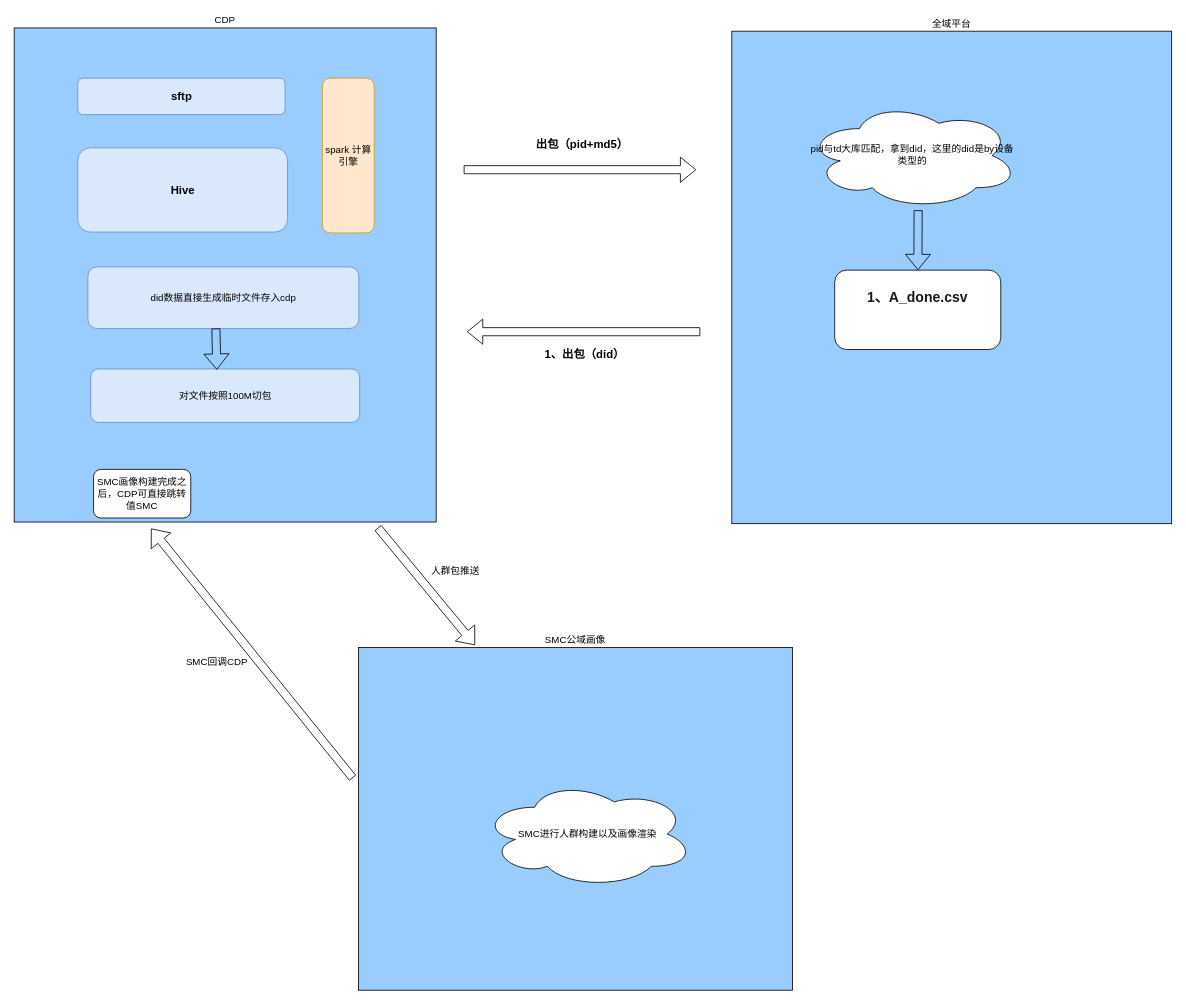
The draw.io diagram 安全岛SMC.drawio in DThadch/draw, before the edit. Source tidied: cells renumbered, new cells numbered last; positions are measured from the earlier drawing's top-left corner, leaving out a move shared by most shapes. Both pictures are drawn from the tidied source at 81%, with x=0, y=0 at pixel (14, 28).
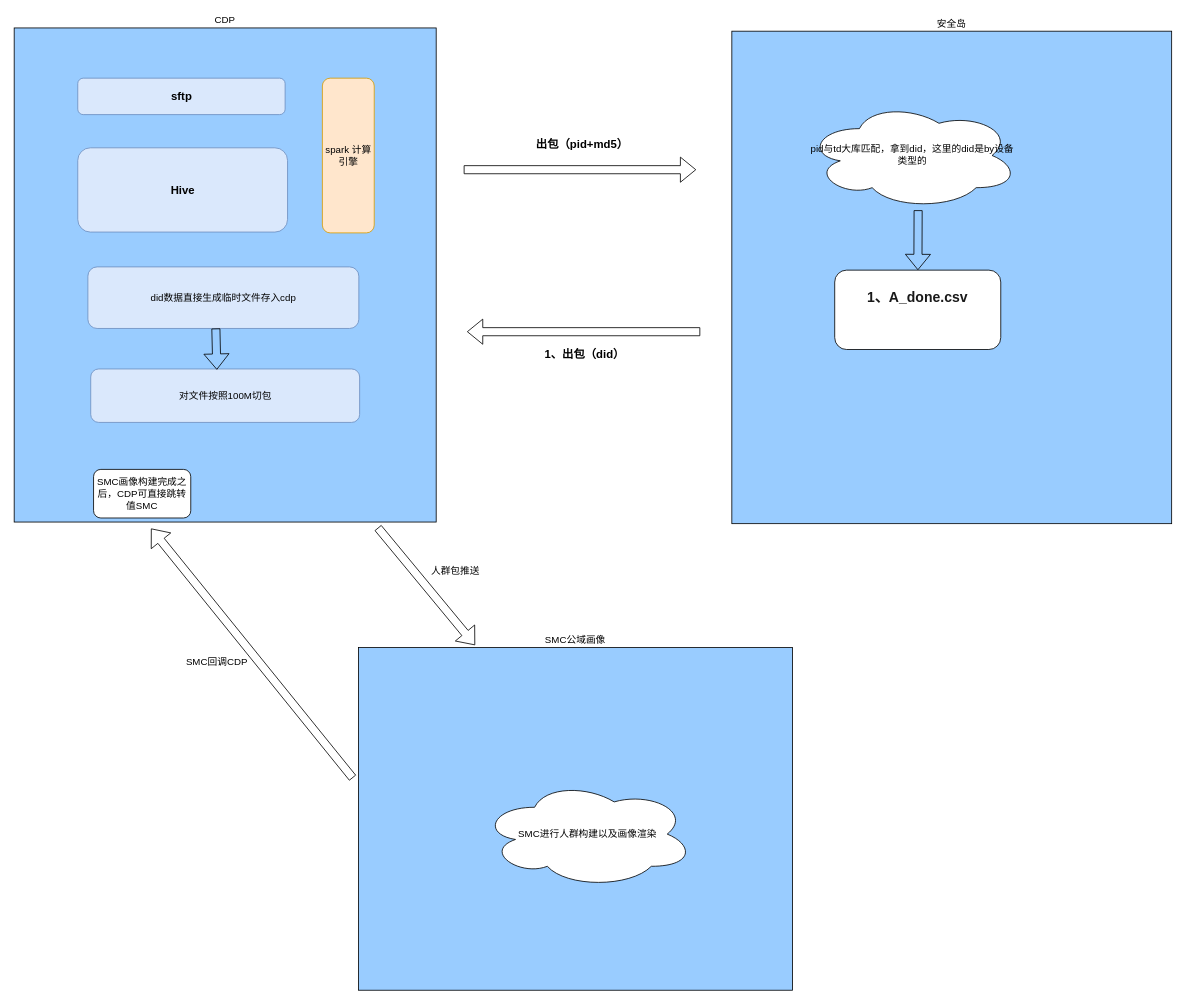
After the change.

Commit message (it also covers changes not shown here):
更新安全岛SMC.drawio

The edit, as a diff of the source:
```diff
@@
-    <mxCell id="6" value="全域平台" style="rounded=0;whiteSpace=wrap;html=1;labelPosition=center;verticalLabelPosition=top;align=center;verticalAlign=bottom;fillColor=#99CCFF;" parent="1" vertex="1">
+    <mxCell id="6" value="安全岛" style="rounded=0;whiteSpace=wrap;html=1;labelPosition=center;verticalLabelPosition=top;align=center;verticalAlign=bottom;fillColor=#99CCFF;" parent="1" vertex="1">
       <mxGeometry x="886" y="4" width="543" height="608" as="geometry" />
     </mxCell>
```
